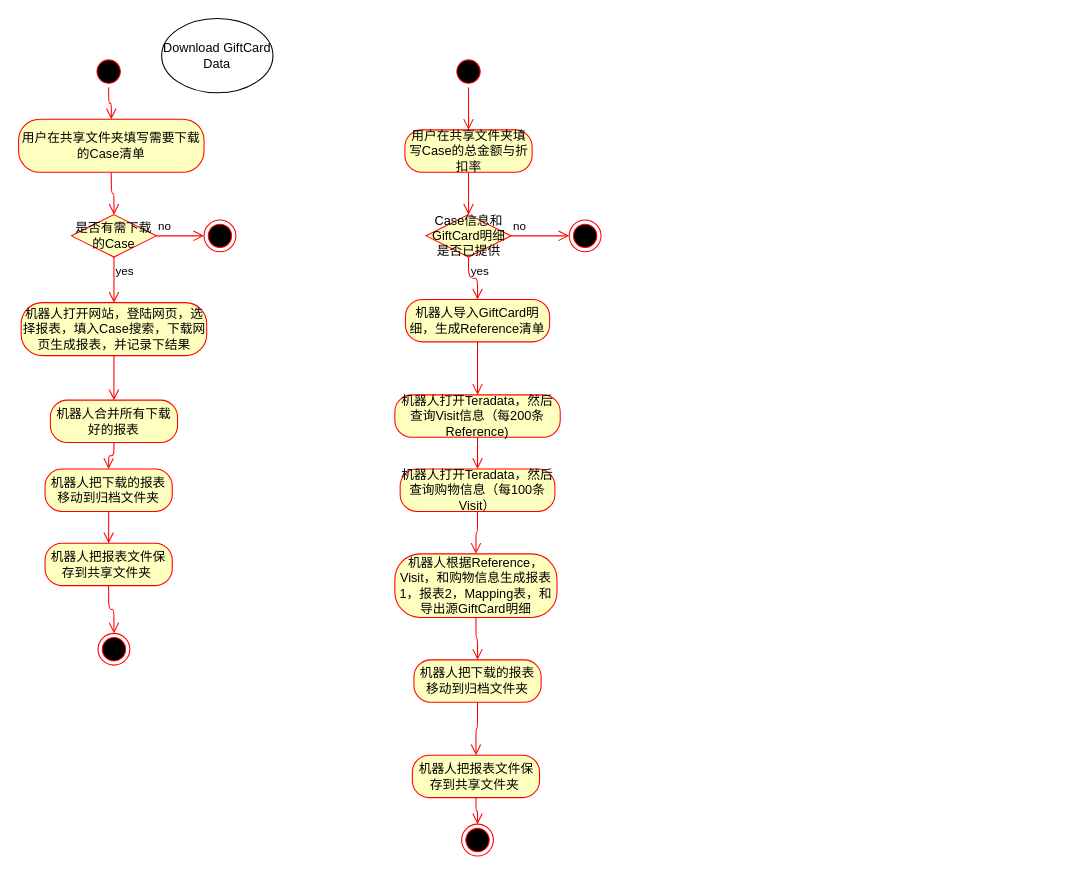
This is page "GiftCardReport" (3 of 6) of Uipath Projects Design.drawio from Youjwxyz/VBA_Library, a draw.io file, before an edit. Source tidied: cells renumbered, new cells numbered last; positions are measured from the earlier drawing's top-left corner, leaving out a move shared by most shapes. Both pictures are drawn from the tidied source at 106%, with x=0, y=0 at pixel (18, 18).
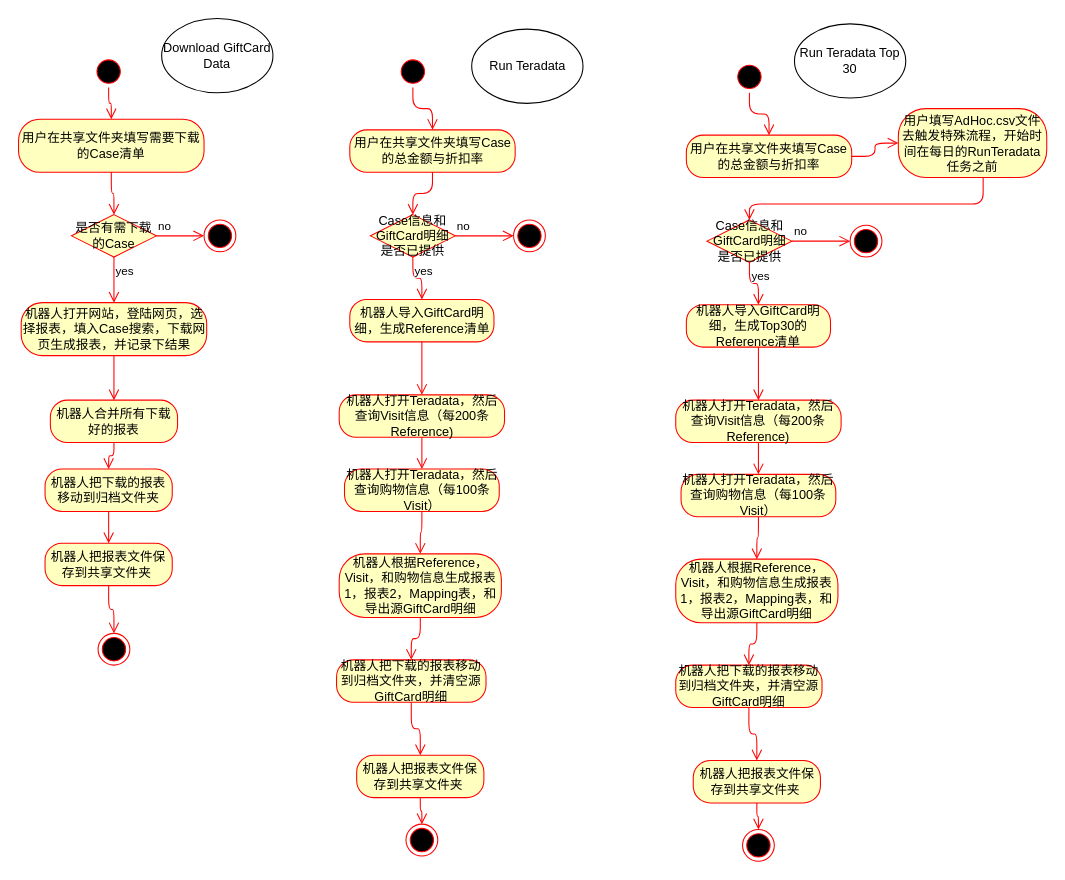
Above is the later version.

The edit, as a diff of the source:
```diff
@@
     <mxCell id="16" style="ellipse;html=1;shape=startState;fillColor=#000000;strokeColor=#ff0000;" parent="1" vertex="1">
-      <mxGeometry x="409.5" y="35" width="30" height="30" as="geometry" />
+      <mxGeometry x="357" y="35" width="30" height="30" as="geometry" />
     </mxCell>
@@
     <mxCell id="18" value="用户在共享文件夹填写Case的总金额与折扣率" style="rounded=1;whiteSpace=wrap;html=1;arcSize=40;fontColor=#000000;fillColor=#ffffc0;strokeColor=#ff0000;" parent="1" vertex="1">
-      <mxGeometry x="364.5" y="105" width="120" height="40" as="geometry" />
+      <mxGeometry x="312.5" y="105" width="156" height="40" as="geometry" />
     </mxCell>
@@
     <mxCell id="20" value="Case信息和GiftCard明细&lt;br&gt;是否已提供" style="rhombus;whiteSpace=wrap;html=1;fillColor=#ffffc0;strokeColor=#ff0000;" parent="1" vertex="1">
-      <mxGeometry x="384.5" y="185" width="80" height="40" as="geometry" />
+      <mxGeometry x="332" y="185" width="80" height="40" as="geometry" />
     </mxCell>
@@
     <mxCell id="23" style="ellipse;html=1;shape=endState;fillColor=#000000;strokeColor=#ff0000;" parent="1" vertex="1">
-      <mxGeometry x="519.5" y="190" width="30" height="30" as="geometry" />
+      <mxGeometry x="467" y="190" width="30" height="30" as="geometry" />
     </mxCell>
     <mxCell id="24" value="机器人导入GiftCard明细，生成Reference清单" style="rounded=1;whiteSpace=wrap;html=1;arcSize=40;fontColor=#000000;fillColor=#ffffc0;strokeColor=#ff0000;" parent="1" vertex="1">
-      <mxGeometry x="365" y="265" width="136" height="40" as="geometry" />
+      <mxGeometry x="312.5" y="265" width="136" height="40" as="geometry" />
     </mxCell>
@@
     <mxCell id="26" value="机器人打开Teradata，然后查询Visit信息（每200条Reference)" style="rounded=1;whiteSpace=wrap;html=1;arcSize=40;fontColor=#000000;fillColor=#ffffc0;strokeColor=#ff0000;" parent="1" vertex="1">
-      <mxGeometry x="355" y="355" width="156" height="40" as="geometry" />
+      <mxGeometry x="302.5" y="355" width="156" height="40" as="geometry" />
     </mxCell>
@@
     <mxCell id="28" value="机器人打开Teradata，然后查询购物信息（每100条Visit）" style="rounded=1;whiteSpace=wrap;html=1;arcSize=40;fontColor=#000000;fillColor=#ffffc0;strokeColor=#ff0000;" parent="1" vertex="1">
-      <mxGeometry x="360" y="425" width="146" height="40" as="geometry" />
+      <mxGeometry x="307.5" y="425" width="146" height="40" as="geometry" />
     </mxCell>
@@
     <mxCell id="30" value="机器人根据Reference，Visit，和购物信息生成报表1，报表2，Mapping表，和导出源GiftCard明细" style="rounded=1;whiteSpace=wrap;html=1;arcSize=40;fontColor=#000000;fillColor=#ffffc0;strokeColor=#ff0000;" parent="1" vertex="1">
-      <mxGeometry x="355" y="505" width="153" height="60" as="geometry" />
+      <mxGeometry x="302.5" y="505" width="153" height="60" as="geometry" />
     </mxCell>
@@
     <mxCell id="32" value="机器人把报表文件保存到共享文件夹&amp;nbsp;" style="rounded=1;whiteSpace=wrap;html=1;arcSize=40;fontColor=#000000;fillColor=#ffffc0;strokeColor=#ff0000;" parent="1" vertex="1">
-      <mxGeometry x="371.5" y="695" width="120" height="40" as="geometry" />
+      <mxGeometry x="319" y="695" width="120" height="40" as="geometry" />
     </mxCell>
@@
     <mxCell id="34" style="ellipse;html=1;shape=endState;fillColor=#000000;strokeColor=#ff0000;" parent="1" vertex="1">
-      <mxGeometry x="418" y="760" width="30" height="30" as="geometry" />
+      <mxGeometry x="365.5" y="760" width="30" height="30" as="geometry" />
     </mxCell>
@@
-    <mxCell id="39" value="机器人把下载的报表移动到归档文件夹" style="rounded=1;whiteSpace=wrap;html=1;arcSize=40;fontColor=#000000;fillColor=#ffffc0;strokeColor=#ff0000;" parent="1" vertex="1">
-      <mxGeometry x="373" y="605" width="120" height="40" as="geometry" />
+    <mxCell id="39" value="机器人把下载的报表移动到归档文件夹，并清空源GiftCard明细" style="rounded=1;whiteSpace=wrap;html=1;arcSize=40;fontColor=#000000;fillColor=#ffffc0;strokeColor=#ff0000;" parent="1" vertex="1">
+      <mxGeometry x="300" y="605" width="141" height="40" as="geometry" />
     </mxCell>
@@
+    <mxCell id="41" value="Run Teradata" style="ellipse;whiteSpace=wrap;html=1;" parent="1" vertex="1">
+      <mxGeometry x="427.5" y="10" width="105" height="70" as="geometry" />
+    </mxCell>
+    <mxCell id="42" style="ellipse;html=1;shape=startState;fillColor=#000000;strokeColor=#ff0000;" parent="1" vertex="1">
+      <mxGeometry x="674.5" y="40" width="30" height="30" as="geometry" />
+    </mxCell>
+    <mxCell id="43" style="edgeStyle=orthogonalEdgeStyle;html=1;verticalAlign=bottom;endArrow=open;endSize=8;strokeColor=#ff0000;" parent="1" edge="1" source="42" target="44">
+      <mxGeometry relative="1" as="geometry" />
+    </mxCell>
+    <mxCell id="44" value="用户在共享文件夹填写Case的总金额与折扣率" style="rounded=1;whiteSpace=wrap;html=1;arcSize=40;fontColor=#000000;fillColor=#ffffc0;strokeColor=#ff0000;" parent="1" vertex="1">
+      <mxGeometry x="630" y="110" width="156" height="40" as="geometry" />
+    </mxCell>
+    <mxCell id="45" style="edgeStyle=orthogonalEdgeStyle;html=1;verticalAlign=bottom;endArrow=open;endSize=8;strokeColor=#ff0000;entryX=0;entryY=0.5;entryDx=0;entryDy=0;" parent="1" edge="1" source="44" target="64">
+      <mxGeometry relative="1" as="geometry" />
+    </mxCell>
+    <mxCell id="46" value="Case信息和GiftCard明细&lt;br&gt;是否已提供" style="rhombus;whiteSpace=wrap;html=1;fillColor=#ffffc0;strokeColor=#ff0000;" parent="1" vertex="1">
+      <mxGeometry x="649.5" y="190" width="80" height="40" as="geometry" />
+    </mxCell>
+    <mxCell id="47" value="no" style="edgeStyle=orthogonalEdgeStyle;html=1;align=left;verticalAlign=bottom;endArrow=open;endSize=8;strokeColor=#ff0000;" parent="1" edge="1" source="46" target="49">
+      <mxGeometry x="-1" relative="1" as="geometry" />
+    </mxCell>
+    <mxCell id="48" value="yes" style="edgeStyle=orthogonalEdgeStyle;html=1;align=left;verticalAlign=top;endArrow=open;endSize=8;strokeColor=#ff0000;" parent="1" edge="1" source="46" target="50">
+      <mxGeometry x="-1" relative="1" as="geometry" />
+    </mxCell>
+    <mxCell id="49" style="ellipse;html=1;shape=endState;fillColor=#000000;strokeColor=#ff0000;" parent="1" vertex="1">
+      <mxGeometry x="784.5" y="195" width="30" height="30" as="geometry" />
+    </mxCell>
+    <mxCell id="50" value="机器人导入GiftCard明细，生成Top30的Reference清单" style="rounded=1;whiteSpace=wrap;html=1;arcSize=40;fontColor=#000000;fillColor=#ffffc0;strokeColor=#ff0000;" parent="1" vertex="1">
+      <mxGeometry x="630" y="270" width="136" height="40" as="geometry" />
+    </mxCell>
+    <mxCell id="51" style="edgeStyle=orthogonalEdgeStyle;html=1;verticalAlign=bottom;endArrow=open;endSize=8;strokeColor=#ff0000;" parent="1" edge="1" source="50" target="52">
+      <mxGeometry relative="1" as="geometry" />
+    </mxCell>
+    <mxCell id="52" value="机器人打开Teradata，然后查询Visit信息（每200条Reference)" style="rounded=1;whiteSpace=wrap;html=1;arcSize=40;fontColor=#000000;fillColor=#ffffc0;strokeColor=#ff0000;" parent="1" vertex="1">
+      <mxGeometry x="620" y="360" width="156" height="40" as="geometry" />
+    </mxCell>
+    <mxCell id="53" style="edgeStyle=orthogonalEdgeStyle;html=1;verticalAlign=bottom;endArrow=open;endSize=8;strokeColor=#ff0000;" parent="1" edge="1" source="52" target="54">
+      <mxGeometry relative="1" as="geometry" />
+    </mxCell>
+    <mxCell id="54" value="机器人打开Teradata，然后查询购物信息（每100条Visit）" style="rounded=1;whiteSpace=wrap;html=1;arcSize=40;fontColor=#000000;fillColor=#ffffc0;strokeColor=#ff0000;" parent="1" vertex="1">
+      <mxGeometry x="625" y="430" width="146" height="40" as="geometry" />
+    </mxCell>
+    <mxCell id="55" style="edgeStyle=orthogonalEdgeStyle;html=1;verticalAlign=bottom;endArrow=open;endSize=8;strokeColor=#ff0000;" parent="1" edge="1" source="54" target="56">
+      <mxGeometry relative="1" as="geometry" />
+    </mxCell>
+    <mxCell id="56" value="机器人根据Reference，Visit，和购物信息生成报表1，报表2，Mapping表，和导出源GiftCard明细" style="rounded=1;whiteSpace=wrap;html=1;arcSize=40;fontColor=#000000;fillColor=#ffffc0;strokeColor=#ff0000;" parent="1" vertex="1">
+      <mxGeometry x="620" y="510" width="153" height="60" as="geometry" />
+    </mxCell>
+    <mxCell id="57" style="edgeStyle=orthogonalEdgeStyle;html=1;verticalAlign=bottom;endArrow=open;endSize=8;strokeColor=#ff0000;" parent="1" edge="1" source="56" target="61">
+      <mxGeometry relative="1" as="geometry" />
+    </mxCell>
+    <mxCell id="58" value="机器人把报表文件保存到共享文件夹&amp;nbsp;" style="rounded=1;whiteSpace=wrap;html=1;arcSize=40;fontColor=#000000;fillColor=#ffffc0;strokeColor=#ff0000;" parent="1" vertex="1">
+      <mxGeometry x="636.5" y="700" width="120" height="40" as="geometry" />
+    </mxCell>
+    <mxCell id="59" style="edgeStyle=orthogonalEdgeStyle;html=1;verticalAlign=bottom;endArrow=open;endSize=8;strokeColor=#ff0000;" parent="1" edge="1" source="58" target="60">
+      <mxGeometry relative="1" as="geometry" />
+    </mxCell>
+    <mxCell id="60" style="ellipse;html=1;shape=endState;fillColor=#000000;strokeColor=#ff0000;" parent="1" vertex="1">
+      <mxGeometry x="683" y="765" width="30" height="30" as="geometry" />
+    </mxCell>
+    <mxCell id="61" value="机器人把下载的报表移动到归档文件夹，并清空源GiftCard明细" style="rounded=1;whiteSpace=wrap;html=1;arcSize=40;fontColor=#000000;fillColor=#ffffc0;strokeColor=#ff0000;" parent="1" vertex="1">
+      <mxGeometry x="620" y="610" width="138" height="40" as="geometry" />
+    </mxCell>
+    <mxCell id="62" style="edgeStyle=orthogonalEdgeStyle;html=1;verticalAlign=bottom;endArrow=open;endSize=8;strokeColor=#ff0000;entryX=0.5;entryY=0;entryDx=0;entryDy=0;" parent="1" edge="1" source="61" target="58">
+      <mxGeometry relative="1" as="geometry" />
+    </mxCell>
+    <mxCell id="63" value="Run Teradata Top 30" style="ellipse;whiteSpace=wrap;html=1;" parent="1" vertex="1">
+      <mxGeometry x="732" y="5" width="105" height="70" as="geometry" />
+    </mxCell>
+    <mxCell id="64" value="用户填写AdHoc.csv文件去触发特殊流程，开始时间在每日的RunTeradata任务之前" style="rounded=1;whiteSpace=wrap;html=1;arcSize=40;fontColor=#000000;fillColor=#ffffc0;strokeColor=#ff0000;" parent="1" vertex="1">
+      <mxGeometry x="830" y="85" width="140" height="65" as="geometry" />
+    </mxCell>
+    <mxCell id="65" style="edgeStyle=orthogonalEdgeStyle;html=1;verticalAlign=bottom;endArrow=open;endSize=8;strokeColor=#ff0000;entryX=0.5;entryY=0;entryDx=0;entryDy=0;" parent="1" edge="1" source="64" target="46">
+      <mxGeometry relative="1" as="geometry">
+        <Array as="points">
+          <mxPoint x="910" y="175" />
+          <mxPoint x="690" y="175" />
+        </Array>
+      </mxGeometry>
+    </mxCell>
```
